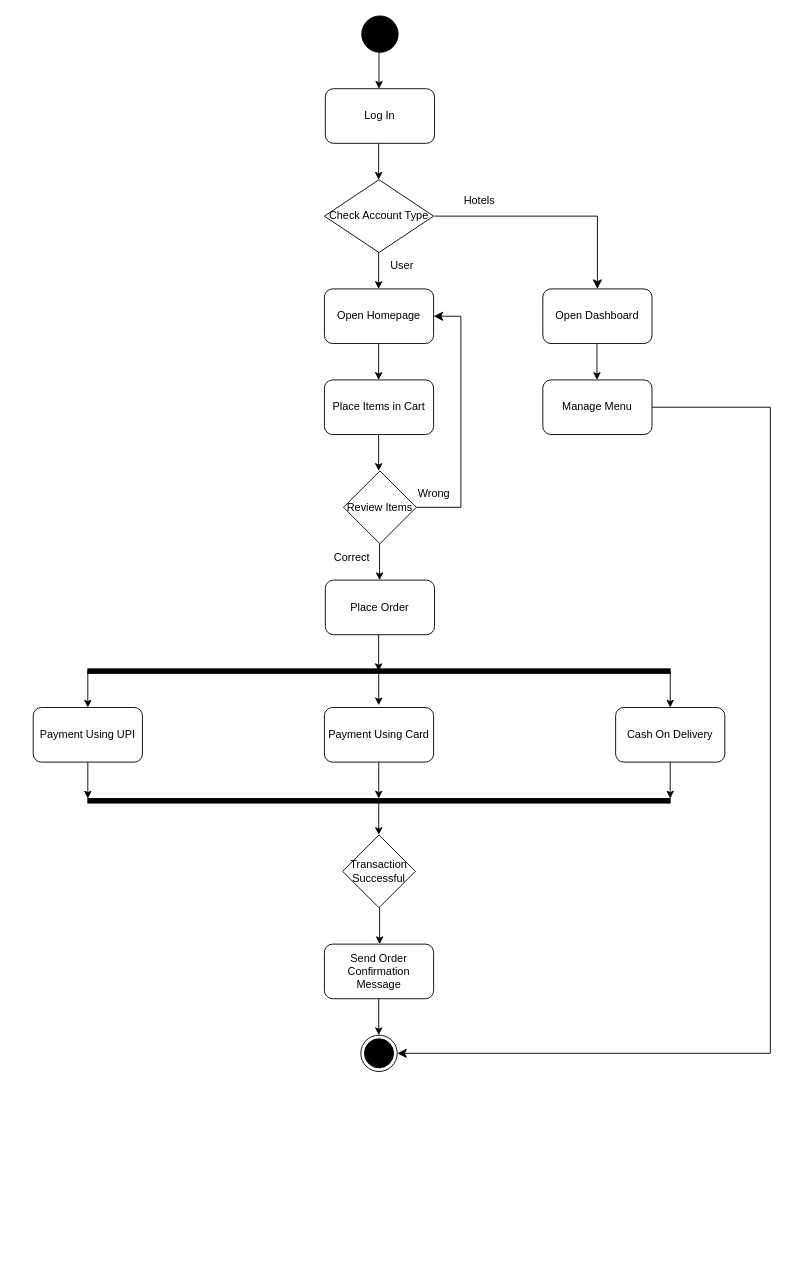
Above: OnlineFoodOrdering(Activity Diagram).drawio in anonymous813ke18/Draw.io-projects (draw.io), before the change. Source tidied: cells renumbered, new cells numbered last; positions are measured from the earlier drawing's top-left corner, leaving out a move shared by most shapes. Both pictures are drawn from the tidied source at 91%, with x=0, y=0 at pixel (33, 15).
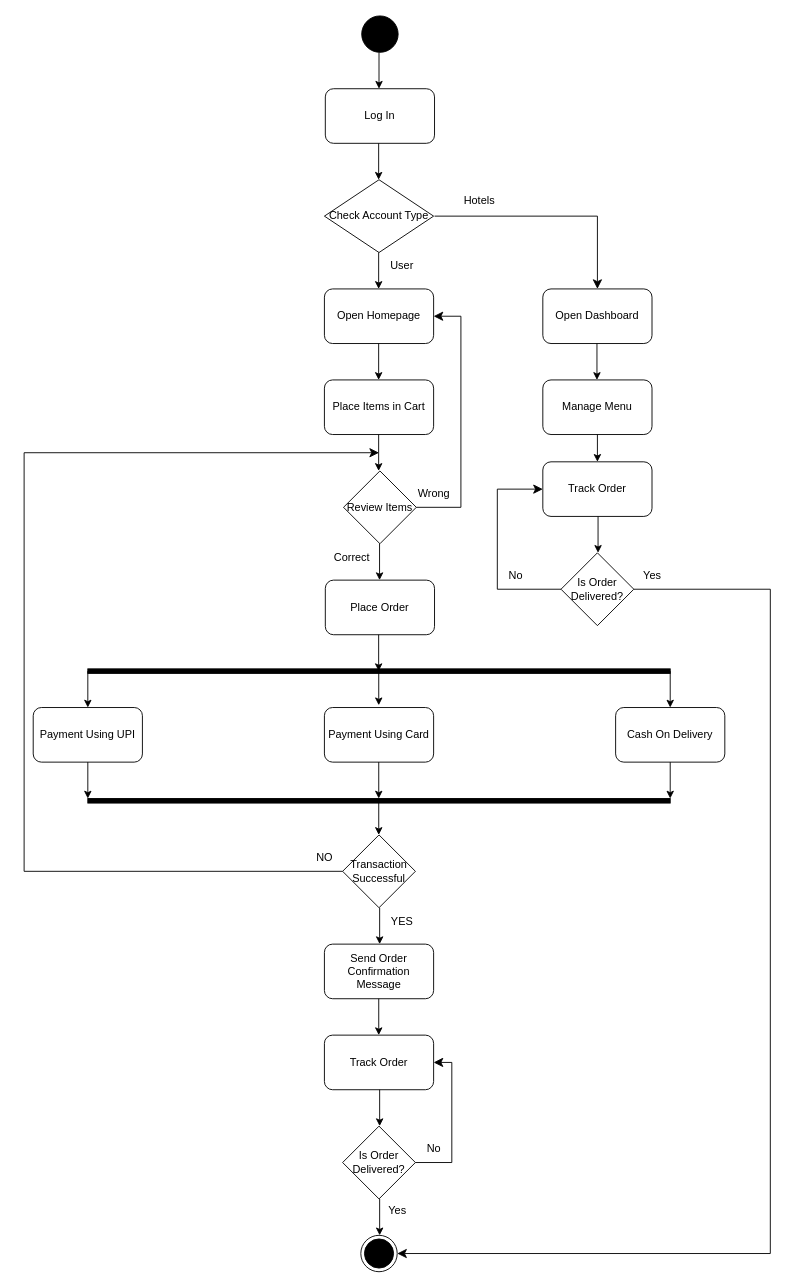
Above is the later version.

The change refers to these unchanged cells:
```xml
<mxCell id="15" value="Transaction&lt;div&gt;Successful&lt;/div&gt;" style="rhombus;whiteSpace=wrap;html=1;" parent="1" vertex="1">
  <mxGeometry x="340" y="900" width="80" height="80" as="geometry" />
</mxCell>
<mxCell id="36" value="Manage Menu" style="rounded=1;whiteSpace=wrap;html=1;" parent="1" vertex="1">
  <mxGeometry x="560" y="400" width="120" height="60" as="geometry" />
</mxCell>
```

What changed in the source:
```diff
@@
     <mxCell id="17" style="ellipse;html=1;shape=endState;fillColor=strokeColor;" parent="1" vertex="1">
-      <mxGeometry x="360" y="1120" width="40" height="40" as="geometry" />
+      <mxGeometry x="360" y="1340" width="40" height="40" as="geometry" />
     </mxCell>
@@
-    <mxCell id="38" style="edgeStyle=elbowEdgeStyle;elbow=horizontal;endArrow=classic;html=1;curved=0;rounded=0;endSize=8;startSize=8;entryX=1;entryY=0.5;entryDx=0;entryDy=0;" parent="1" edge="1" target="17">
+    <mxCell id="38" style="edgeStyle=elbowEdgeStyle;elbow=horizontal;endArrow=classic;html=1;curved=0;rounded=0;endSize=8;startSize=8;entryX=1;entryY=0.5;entryDx=0;entryDy=0;exitX=1;exitY=0.5;exitDx=0;exitDy=0;" parent="1" edge="1" source="55" target="17">
       <mxGeometry relative="1" as="geometry">
-        <mxPoint x="680" y="430" as="sourcePoint" />
         <Array as="points">
           <mxPoint x="810" y="620" />
         </Array>
       </mxGeometry>
     </mxCell>
@@
+    <mxCell id="43" style="edgeStyle=elbowEdgeStyle;elbow=horizontal;endArrow=classic;html=1;curved=0;rounded=0;endSize=8;startSize=8;exitX=0;exitY=0.5;exitDx=0;exitDy=0;" parent="1" edge="1" source="15">
+      <mxGeometry relative="1" as="geometry">
+        <mxPoint x="380" y="480" as="targetPoint" />
+        <Array as="points">
+          <mxPoint x="-10" y="710" />
+        </Array>
+      </mxGeometry>
+    </mxCell>
+    <mxCell id="44" value="YES" style="text;html=1;align=center;verticalAlign=middle;strokeColor=none;fillColor=none;" parent="1" vertex="1">
+      <mxGeometry x="380" y="980" width="50" height="30" as="geometry" />
+    </mxCell>
+    <mxCell id="45" value="NO" style="text;html=1;align=center;verticalAlign=middle;strokeColor=none;fillColor=none;" parent="1" vertex="1">
+      <mxGeometry x="300" y="910" width="40" height="30" as="geometry" />
+    </mxCell>
+    <mxCell id="46" value="Track Order" style="rounded=1;whiteSpace=wrap;html=1;" parent="1" vertex="1">
+      <mxGeometry x="320" y="1120" width="120" height="60" as="geometry" />
+    </mxCell>
+    <mxCell id="47" style="endArrow=classic;html=1;rounded=0;exitX=0.5;exitY=1;exitDx=0;exitDy=0;" parent="1" edge="1">
+      <mxGeometry relative="1" as="geometry">
+        <mxPoint x="380.7" y="1180" as="sourcePoint" />
+        <mxPoint x="380.7" y="1220" as="targetPoint" />
+      </mxGeometry>
+    </mxCell>
+    <mxCell id="48" value="Is Order Delivered?" style="rhombus;whiteSpace=wrap;html=1;" parent="1" vertex="1">
+      <mxGeometry x="340" y="1220" width="80" height="80" as="geometry" />
+    </mxCell>
+    <mxCell id="49" style="endArrow=classic;html=1;rounded=0;exitX=0.5;exitY=1;exitDx=0;exitDy=0;" parent="1" edge="1">
+      <mxGeometry relative="1" as="geometry">
+        <mxPoint x="380.7" y="1300" as="sourcePoint" />
+        <mxPoint x="380.7" y="1340" as="targetPoint" />
+      </mxGeometry>
+    </mxCell>
+    <mxCell id="50" style="edgeStyle=elbowEdgeStyle;elbow=horizontal;endArrow=classic;html=1;curved=0;rounded=0;endSize=8;startSize=8;entryX=1;entryY=0.5;entryDx=0;entryDy=0;" parent="1" edge="1" target="46">
+      <mxGeometry relative="1" as="geometry">
+        <mxPoint x="420" y="1260" as="sourcePoint" />
+        <Array as="points">
+          <mxPoint x="460" y="1240" />
+        </Array>
+      </mxGeometry>
+    </mxCell>
+    <mxCell id="51" value="Yes" style="text;html=1;align=center;verticalAlign=middle;strokeColor=none;fillColor=none;" parent="1" vertex="1">
+      <mxGeometry x="380" y="1298" width="40" height="30" as="geometry" />
+    </mxCell>
+    <mxCell id="52" value="No" style="text;html=1;align=center;verticalAlign=middle;strokeColor=none;fillColor=none;" parent="1" vertex="1">
+      <mxGeometry x="420" y="1230" width="40" height="30" as="geometry" />
+    </mxCell>
+    <mxCell id="53" value="Track Order" style="rounded=1;whiteSpace=wrap;html=1;" parent="1" vertex="1">
+      <mxGeometry x="560" y="490" width="120" height="60" as="geometry" />
+    </mxCell>
+    <mxCell id="54" style="endArrow=classic;html=1;rounded=0;exitX=0.5;exitY=1;exitDx=0;exitDy=0;" parent="1" edge="1">
+      <mxGeometry relative="1" as="geometry">
+        <mxPoint x="620.7" y="550" as="sourcePoint" />
+        <mxPoint x="620.7" y="590" as="targetPoint" />
+      </mxGeometry>
+    </mxCell>
+    <mxCell id="55" value="Is Order Delivered?" style="rhombus;whiteSpace=wrap;html=1;" parent="1" vertex="1">
+      <mxGeometry x="580" y="590" width="80" height="80" as="geometry" />
+    </mxCell>
+    <mxCell id="56" style="edgeStyle=elbowEdgeStyle;elbow=horizontal;endArrow=classic;html=1;curved=0;rounded=0;endSize=8;startSize=8;entryX=0;entryY=0.5;entryDx=0;entryDy=0;exitX=0;exitY=0.5;exitDx=0;exitDy=0;" parent="1" edge="1" source="55" target="53">
+      <mxGeometry relative="1" as="geometry">
+        <Array as="points">
+          <mxPoint x="510" y="580" />
+        </Array>
+      </mxGeometry>
+    </mxCell>
+    <mxCell id="57" value="No" style="text;html=1;align=center;verticalAlign=middle;strokeColor=none;fillColor=none;" parent="1" vertex="1">
+      <mxGeometry x="510" y="600" width="40" height="30" as="geometry" />
+    </mxCell>
+    <mxCell id="58" style="endArrow=classic;html=1;rounded=0;exitX=0.5;exitY=1;exitDx=0;exitDy=0;entryX=0.5;entryY=0;entryDx=0;entryDy=0;" parent="1" edge="1" source="36" target="53">
+      <mxGeometry relative="1" as="geometry" />
+    </mxCell>
+    <mxCell id="59" value="Yes" style="text;html=1;align=center;verticalAlign=middle;strokeColor=none;fillColor=none;" parent="1" vertex="1">
+      <mxGeometry x="660" y="600" width="40" height="30" as="geometry" />
+    </mxCell>
```
